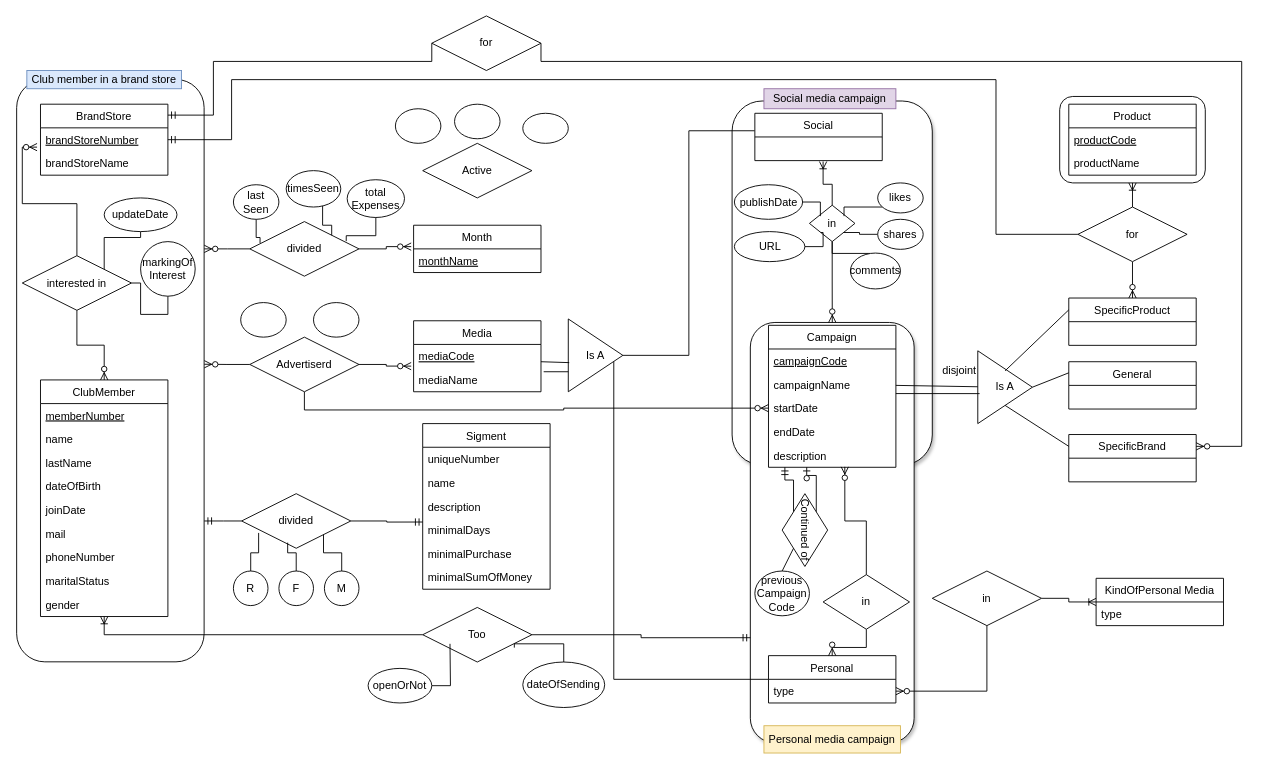
Earlier version of the draw.io diagram תרגיל בית 1 עד ה18.11/Solution2_HW1_Diagram.drawio (Kfir-G/DataBases-ERD_diagrams). Source tidied: cells renumbered, new cells numbered last; positions are measured from the earlier drawing's top-left corner, leaving out a move shared by most shapes. Both pictures are drawn from the tidied source at 91%, with x=0, y=0 at pixel (-181, 15).
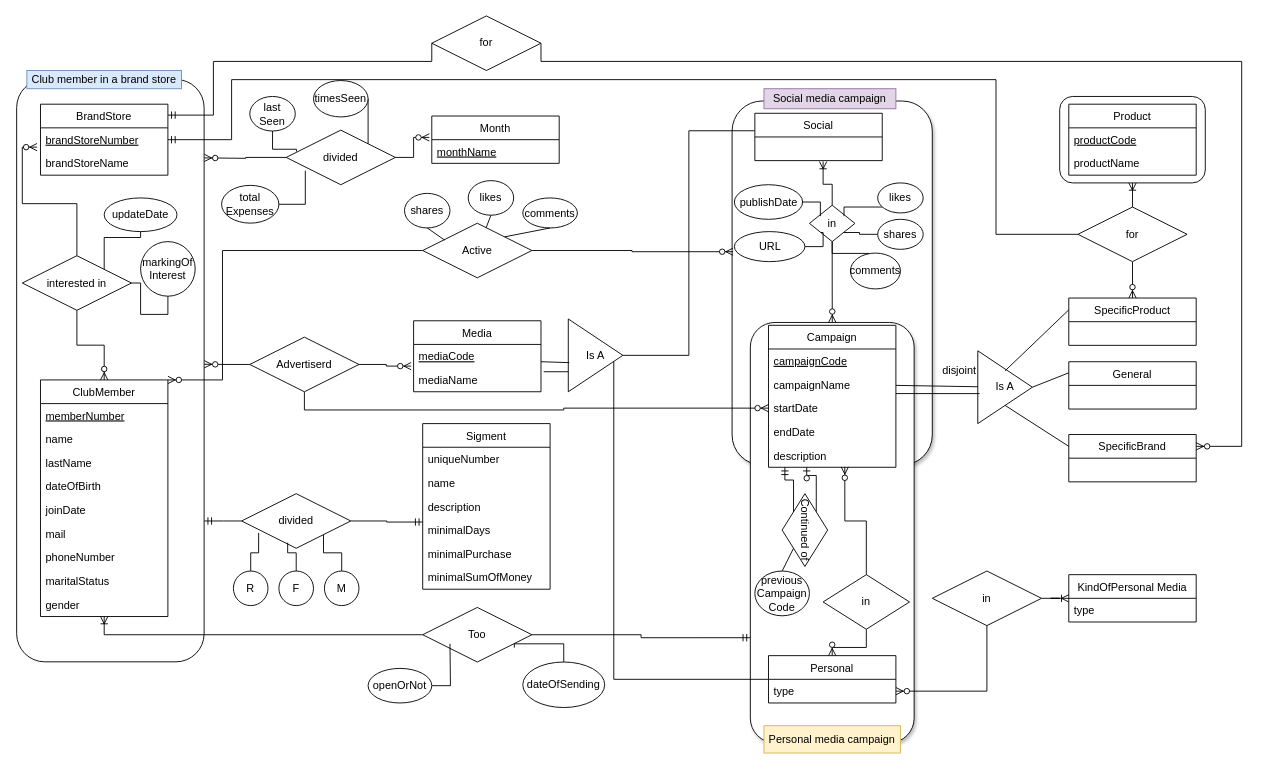
The same diagram, later.

The change refers to these unchanged cells:
```xml
<mxCell id="4" style="rounded=1;whiteSpace=wrap;html=1;rotation=90;shadow=1;" parent="1" vertex="1">
  <mxGeometry x="913" y="183.5" width="400" height="220" as="geometry" />
</mxCell>
<mxCell id="46" value="ClubMember" style="swimlane;fontStyle=0;horizontal=1;startSize=26;fillColor=none;" parent="1" vertex="1">
  <mxGeometry x="243" y="400" width="140" height="260" as="geometry" />
</mxCell>
```

The edit, as a diff of the source:
```diff
@@
     <mxCell id="24" value="KindOfPersonal Media" style="swimlane;fontStyle=0;horizontal=1;startSize=26;fillColor=none;" parent="1" vertex="1">
-      <mxGeometry x="1403" y="618" width="140" height="52" as="geometry" />
+      <mxGeometry x="1373" y="614" width="140" height="52" as="geometry" />
     </mxCell>
@@
     <mxCell id="79" value="Month" style="swimlane;fontStyle=0;horizontal=1;startSize=26;fillColor=none;" parent="1" vertex="1">
-      <mxGeometry x="653" y="230" width="140" height="52" as="geometry" />
+      <mxGeometry x="673" y="110" width="140" height="52" as="geometry" />
     </mxCell>
@@
     <mxCell id="81" style="edgeStyle=orthogonalEdgeStyle;rounded=0;jettySize=auto;html=1;endArrow=ERzeroToMany;endFill=1;" parent="1" edge="1" source="83">
       <mxGeometry relative="1" as="geometry">
-        <mxPoint x="423" y="256" as="targetPoint" />
+        <mxPoint x="423" y="156" as="targetPoint" />
       </mxGeometry>
     </mxCell>
@@
     <mxCell id="83" value="divided" style="shape=rhombus;perimeter=rhombusPerimeter;whiteSpace=wrap;html=1;align=center;" parent="1" vertex="1">
-      <mxGeometry x="473" y="226" width="120" height="60" as="geometry" />
+      <mxGeometry x="513" y="125.5" width="120" height="60" as="geometry" />
     </mxCell>
+    <mxCell id="136" style="edgeStyle=orthogonalEdgeStyle;rounded=0;jettySize=auto;html=1;endArrow=ERzeroToMany;endFill=1;entryX=0.414;entryY=0.995;entryDx=0;entryDy=0;entryPerimeter=0;" parent="1" edge="1" source="84" target="4">
+      <mxGeometry relative="1" as="geometry" />
+    </mxCell>
+    <mxCell id="137" style="edgeStyle=orthogonalEdgeStyle;rounded=0;jettySize=auto;html=1;entryX=1;entryY=0;entryDx=0;entryDy=0;endArrow=ERzeroToMany;endFill=1;" parent="1" edge="1" source="84" target="46">
+      <mxGeometry relative="1" as="geometry">
+        <Array as="points">
+          <mxPoint x="443" y="258" />
+          <mxPoint x="443" y="400" />
+        </Array>
+      </mxGeometry>
+    </mxCell>
     <mxCell id="84" value="Active" style="shape=rhombus;perimeter=rhombusPerimeter;whiteSpace=wrap;html=1;align=center;" parent="1" vertex="1">
-      <mxGeometry x="663" y="140" width="120" height="60" as="geometry" />
+      <mxGeometry x="663" y="227.8" width="120" height="60" as="geometry" />
     </mxCell>
@@
-    <mxCell id="99" style="ellipse;whiteSpace=wrap;html=1;" parent="1" vertex="1">
-      <mxGeometry x="633" y="102" width="50" height="38" as="geometry" />
+    <mxCell id="99" value="likes" style="ellipse;whiteSpace=wrap;html=1;" parent="1" vertex="1">
+      <mxGeometry x="713" y="181" width="50" height="38" as="geometry" />
     </mxCell>
-    <mxCell id="100" style="ellipse;whiteSpace=wrap;html=1;" parent="1" vertex="1">
-      <mxGeometry x="698" y="97" width="50" height="38" as="geometry" />
+    <mxCell id="100" value="shares" style="ellipse;whiteSpace=wrap;html=1;" parent="1" vertex="1">
+      <mxGeometry x="643" y="195" width="50" height="38" as="geometry" />
     </mxCell>
-    <mxCell id="101" style="ellipse;whiteSpace=wrap;html=1;" parent="1" vertex="1">
-      <mxGeometry x="773" y="107" width="50" height="33" as="geometry" />
+    <mxCell id="101" value="comments" style="ellipse;whiteSpace=wrap;html=1;" parent="1" vertex="1">
+      <mxGeometry x="773" y="200" width="60" height="33" as="geometry" />
     </mxCell>
-    <mxCell id="102" style="ellipse;whiteSpace=wrap;html=1;" parent="1" vertex="1">
-      <mxGeometry x="463" y="315" width="50" height="38" as="geometry" />
-    </mxCell>
-    <mxCell id="103" style="ellipse;whiteSpace=wrap;html=1;" parent="1" vertex="1">
-      <mxGeometry x="543" y="315" width="50" height="38" as="geometry" />
-    </mxCell>
@@
     <mxCell id="105" value="last Seen" style="ellipse;whiteSpace=wrap;html=1;" parent="1" vertex="1">
-      <mxGeometry x="455" y="185.5" width="50" height="38" as="geometry" />
+      <mxGeometry x="473" y="88.5" width="50" height="38" as="geometry" />
     </mxCell>
     <mxCell id="106" style="edgeStyle=orthogonalEdgeStyle;rounded=0;jettySize=auto;html=1;entryX=1;entryY=0;entryDx=0;entryDy=0;endArrow=none;endFill=0;" parent="1" edge="1" source="107" target="83">
       <mxGeometry relative="1" as="geometry">
         <Array as="points">
-          <mxPoint x="553" y="230" />
-          <mxPoint x="563" y="230" />
+          <mxPoint x="603" y="90" />
         </Array>
       </mxGeometry>
     </mxCell>
     <mxCell id="107" value="timesSeen" style="ellipse;whiteSpace=wrap;html=1;" parent="1" vertex="1">
-      <mxGeometry x="513" y="170" width="60" height="40" as="geometry" />
+      <mxGeometry x="543" y="71" width="60" height="40" as="geometry" />
     </mxCell>
-    <mxCell id="108" style="edgeStyle=orthogonalEdgeStyle;rounded=0;jettySize=auto;html=1;entryX=0.883;entryY=0.358;entryDx=0;entryDy=0;entryPerimeter=0;endArrow=none;endFill=0;" parent="1" edge="1" source="109" target="83">
+    <mxCell id="108" style="edgeStyle=orthogonalEdgeStyle;rounded=0;jettySize=auto;html=1;endArrow=none;endFill=0;entryX=0.175;entryY=0.742;entryDx=0;entryDy=0;entryPerimeter=0;" parent="1" edge="1" source="109" target="83">
       <mxGeometry relative="1" as="geometry" />
     </mxCell>
     <mxCell id="109" value="total Expenses" style="ellipse;whiteSpace=wrap;html=1;" parent="1" vertex="1">
-      <mxGeometry x="580" y="180" width="63" height="41.5" as="geometry" />
+      <mxGeometry x="442" y="186.2" width="63" height="41.5" as="geometry" />
     </mxCell>
@@
+    <mxCell id="138" style="endArrow=none;html=1;exitX=1;exitY=0;exitDx=0;exitDy=0;entryX=0.5;entryY=1;entryDx=0;entryDy=0;" parent="1" edge="1" source="84" target="101">
+      <mxGeometry relative="1" as="geometry" />
+    </mxCell>
+    <mxCell id="139" style="endArrow=none;html=1;exitX=0.2;exitY=0.308;exitDx=0;exitDy=0;entryX=0.5;entryY=1;entryDx=0;entryDy=0;exitPerimeter=0;" parent="1" edge="1" source="84" target="100">
+      <mxGeometry relative="1" as="geometry" />
+    </mxCell>
+    <mxCell id="140" style="endArrow=none;html=1;entryX=0.5;entryY=1;entryDx=0;entryDy=0;" parent="1" edge="1" source="84" target="99">
+      <mxGeometry relative="1" as="geometry" />
+    </mxCell>
```
